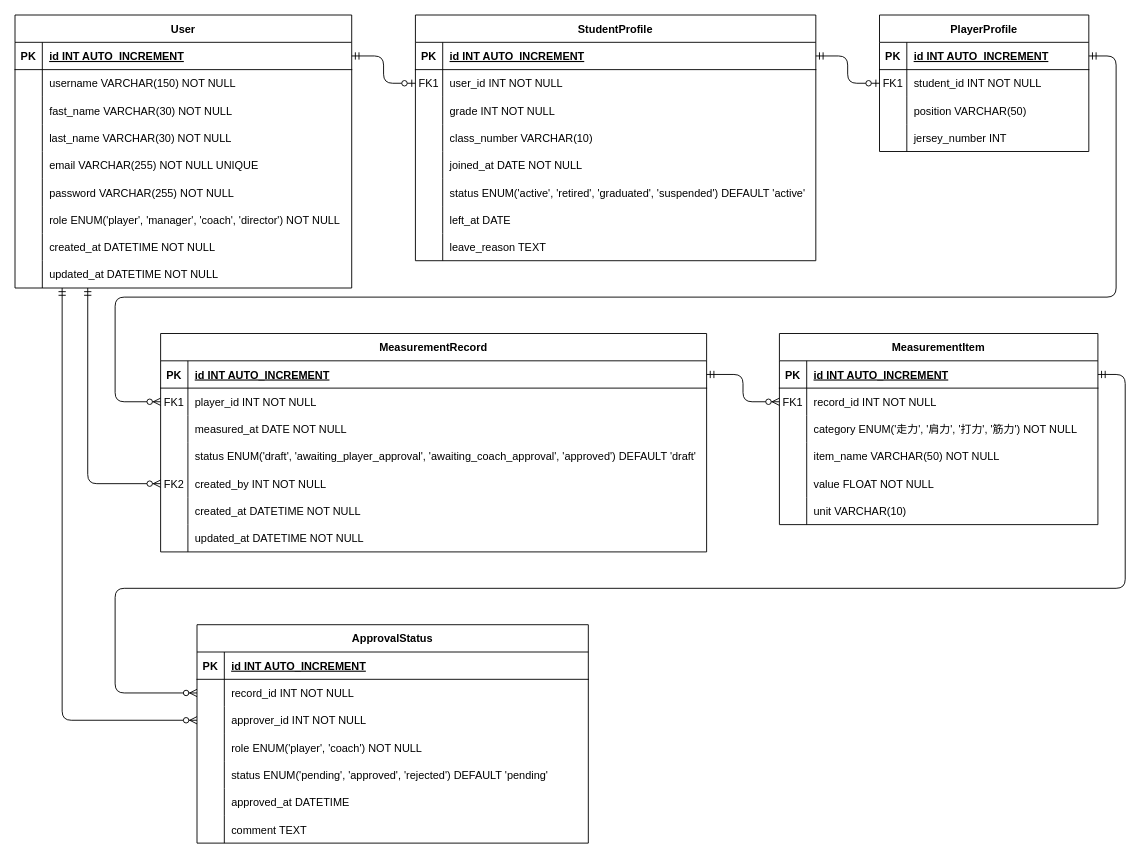
This is documents/ER図/他形式ファイル/ER図_ver.左肩にFK記載.drawio from masami-butchy/Club-talent-manager, a draw.io file, before an edit. Source tidied: cells renumbered, new cells numbered last; positions are measured from the earlier drawing's top-left corner, leaving out a move shared by most shapes. Both pictures are drawn from the tidied source at 91%, with x=0, y=0 at pixel (15, 15).
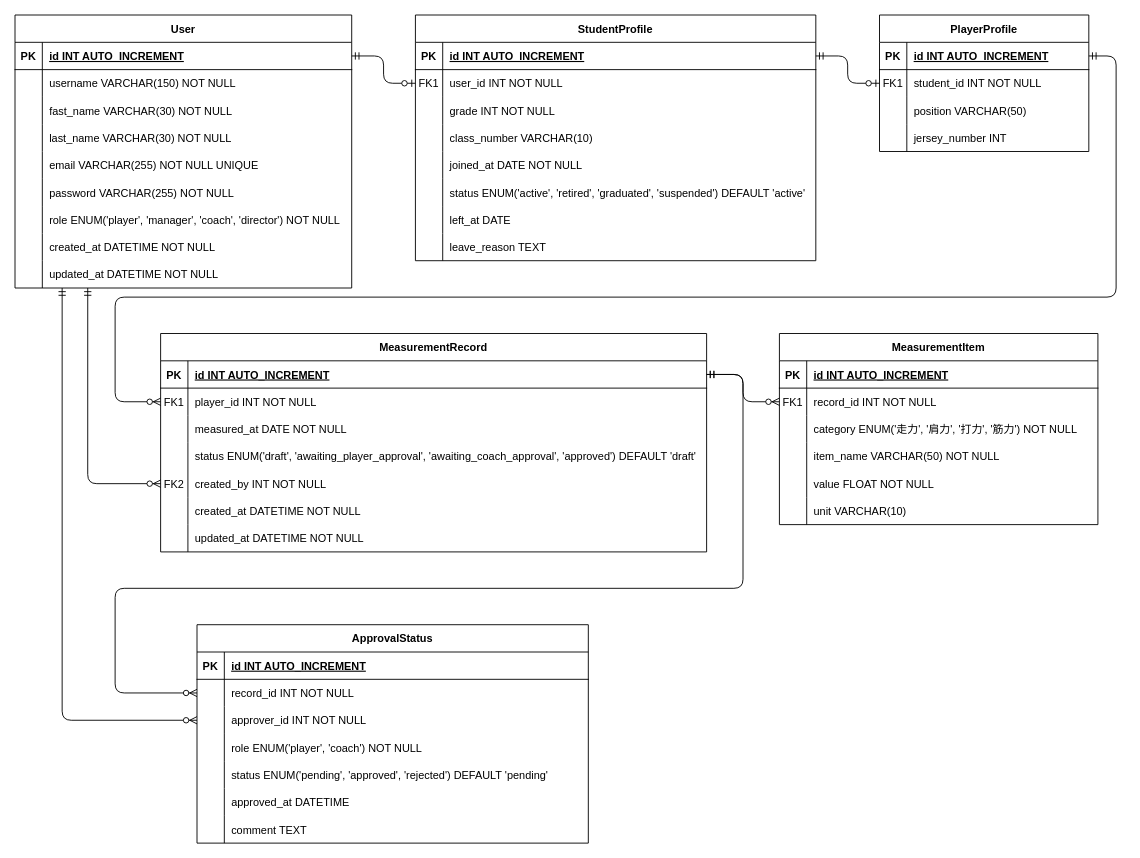
The same diagram, later.

Commit message (it also covers changes not shown here):
ER図の修正 approve_statusにおけるrecord_idを正しい参照元へ修正

Unchanged cells that the change refers to:
```xml
<mxCell id="69" style="shape=tableRow;horizontal=0;startSize=0;swimlaneHead=0;swimlaneBody=0;fillColor=none;points=[[0,0.5],[1,0.5]];portConstraint=eastwest;strokeColor=inherit;top=0;left=0;right=0;bottom=1;" parent="68" vertex="1">
  <mxGeometry y="30" width="600" height="30" as="geometry" />
</mxCell>
<mxCell id="91" style="shape=tableRow;horizontal=0;startSize=0;swimlaneHead=0;swimlaneBody=0;fillColor=none;points=[[0,0.5],[1,0.5]];portConstraint=eastwest;strokeColor=inherit;top=0;left=0;right=0;bottom=1;" parent="90" vertex="1">
  <mxGeometry y="30" width="350" height="30" as="geometry" />
</mxCell>
<mxCell id="113" style="shape=tableRow;horizontal=0;startSize=0;swimlaneHead=0;swimlaneBody=0;fillColor=none;points=[[0,0.5],[1,0.5]];portConstraint=eastwest;strokeColor=inherit;top=0;left=0;right=0;bottom=0;" parent="109" vertex="1">
  <mxGeometry y="60" width="430" height="30" as="geometry" />
</mxCell>
```

Change to the diagram source:
```diff
@@
-    <mxCell id="137" style="edgeStyle=orthogonalEdgeStyle;fontSize=12;html=1;endArrow=ERzeroToMany;startArrow=ERmandOne;rounded=1;entryX=0;entryY=0.5;entryDx=0;entryDy=0;curved=0;exitX=1;exitY=0.5;exitDx=0;exitDy=0;" parent="1" edge="1" source="91" target="113">
+    <mxCell id="137" style="edgeStyle=orthogonalEdgeStyle;fontSize=12;html=1;endArrow=ERzeroToMany;startArrow=ERmandOne;rounded=1;entryX=0;entryY=0.5;entryDx=0;entryDy=0;curved=0;exitX=1;exitY=0.5;exitDx=0;exitDy=0;" parent="1" edge="1" source="69" target="113">
       <mxGeometry relative="1" as="geometry">
         <Array as="points">
-          <mxPoint x="1220" y="395" />
-          <mxPoint x="1220" y="630" />
+          <mxPoint x="800" y="395" />
+          <mxPoint x="800" y="630" />
           <mxPoint x="110" y="630" />
           <mxPoint x="110" y="745" />
         </Array>
       </mxGeometry>
     </mxCell>
```
